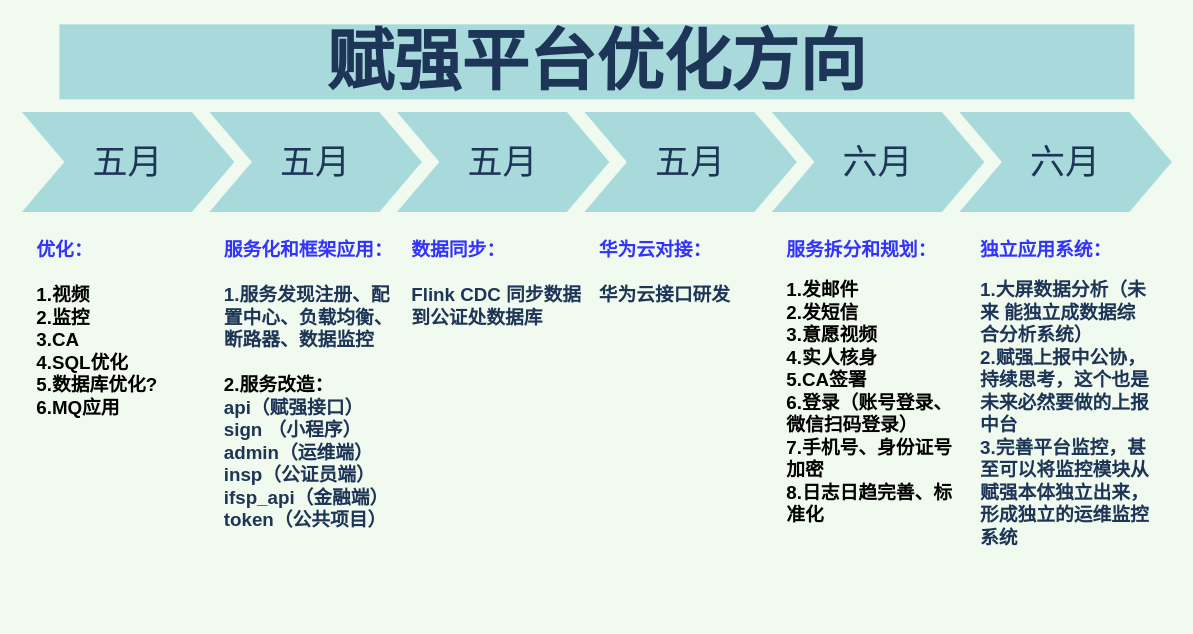
Earlier version of the draw.io diagram page "Page-2" (1 of 2) of 赋强平台优化方案.drawio (wuyongfeng/wuyongfeng). Source tidied: cells renumbered, new cells numbered last; positions are measured from the earlier drawing's top-left corner, leaving out a move shared by most shapes. Both pictures are drawn from the tidied source at 125%, with x=0, y=0 at pixel (21, 24).
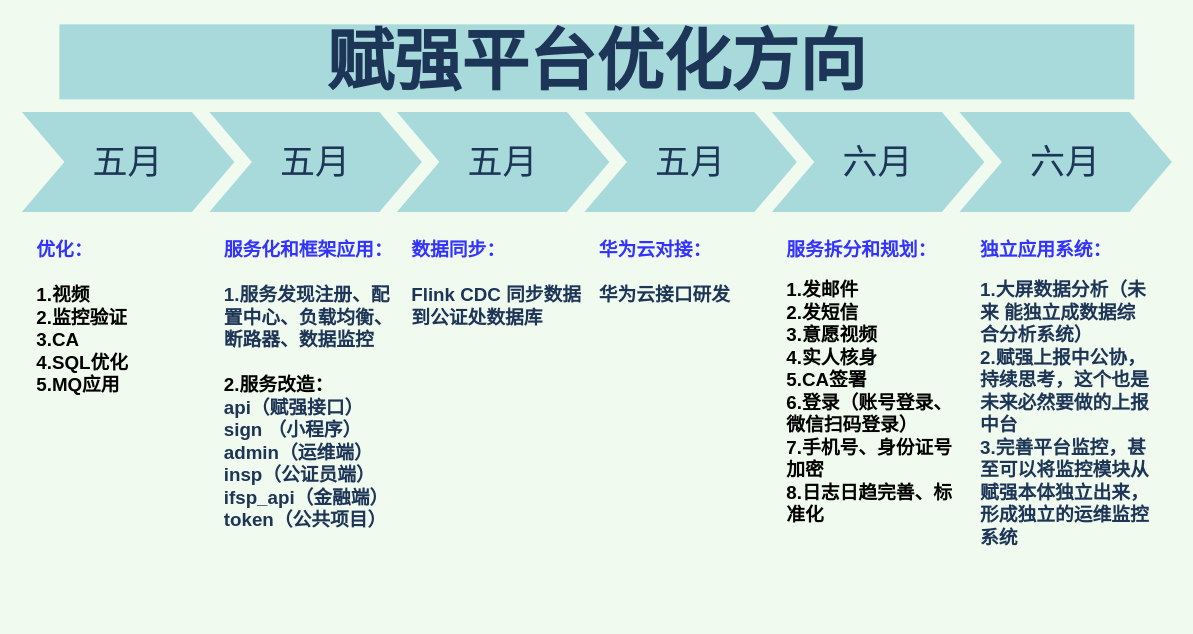
Above is the later version.

Commit message:
Update 赋强平台优化方案.drawio

Change to the diagram source:
```diff
@@
 <mxGraphModel background="#F1FAEE">
   <root>
     <mxCell id="0" />
     <mxCell id="1" parent="0" />
     <mxCell id="2" value="五月" style="shape=step;whiteSpace=wrap;html=1;fontSize=28;fillColor=#A8DADC;fontColor=#1D3557;strokeColor=none;" parent="1" vertex="1">
       <mxGeometry y="70" width="170" height="80" as="geometry" />
     </mxCell>
     <mxCell id="3" value="五月" style="shape=step;whiteSpace=wrap;html=1;fontSize=28;fillColor=#A8DADC;fontColor=#1D3557;strokeColor=none;" parent="1" vertex="1">
       <mxGeometry x="150" y="70" width="170" height="80" as="geometry" />
     </mxCell>
     <mxCell id="4" value="五月" style="shape=step;whiteSpace=wrap;html=1;fontSize=28;fillColor=#A8DADC;fontColor=#1D3557;strokeColor=none;" parent="1" vertex="1">
       <mxGeometry x="300" y="70" width="170" height="80" as="geometry" />
     </mxCell>
     <mxCell id="5" value="五月" style="shape=step;whiteSpace=wrap;html=1;fontSize=28;fillColor=#A8DADC;fontColor=#1D3557;strokeColor=none;" parent="1" vertex="1">
       <mxGeometry x="450" y="70" width="170" height="80" as="geometry" />
     </mxCell>
     <mxCell id="6" value="六月" style="shape=step;whiteSpace=wrap;html=1;fontSize=28;fillColor=#A8DADC;fontColor=#1D3557;strokeColor=none;" parent="1" vertex="1">
       <mxGeometry x="600" y="70" width="170" height="80" as="geometry" />
     </mxCell>
     <mxCell id="7" value="六月" style="shape=step;whiteSpace=wrap;html=1;fontSize=28;fillColor=#A8DADC;fontColor=#1D3557;strokeColor=none;" parent="1" vertex="1">
       <mxGeometry x="750" y="70" width="170" height="80" as="geometry" />
     </mxCell>
     <mxCell id="8" value="赋强平台优化方向" style="text;html=1;strokeColor=none;fillColor=#A8DADC;align=center;verticalAlign=middle;whiteSpace=wrap;fontSize=54;fontStyle=1;fontColor=#1D3557;" parent="1" vertex="1">
       <mxGeometry x="30" width="860" height="60" as="geometry" />
     </mxCell>
-    <mxCell id="9" value="&lt;div style=&quot;font-size: 15px&quot;&gt;&lt;font color=&quot;#3333ff&quot;&gt;优化：&lt;/font&gt;&lt;br&gt;&lt;br&gt;&lt;/div&gt;&lt;div style=&quot;font-size: 15px&quot;&gt;1.视频&lt;/div&gt;&lt;div style=&quot;font-size: 15px&quot;&gt;2.监控&lt;/div&gt;&lt;div style=&quot;font-size: 15px&quot;&gt;3.CA&lt;/div&gt;&lt;div style=&quot;font-size: 15px&quot;&gt;4.SQL优化&lt;/div&gt;&lt;div style=&quot;font-size: 15px&quot;&gt;5.数据库优化?&lt;/div&gt;&lt;div style=&quot;font-size: 15px&quot;&gt;6.MQ应用&lt;/div&gt;" style="text;spacingTop=-5;fillColor=default;whiteSpace=wrap;html=1;align=left;fontSize=15;fontFamily=Helvetica;fillColor=none;strokeColor=none;verticalAlign=top;horizontal=1;labelPosition=center;verticalLabelPosition=middle;fontStyle=1;labelBorderColor=none;" parent="1" vertex="1">
+    <mxCell id="9" value="&lt;div style=&quot;font-size: 15px&quot;&gt;&lt;font color=&quot;#3333ff&quot;&gt;优化：&lt;/font&gt;&lt;br&gt;&lt;br&gt;&lt;/div&gt;&lt;div style=&quot;font-size: 15px&quot;&gt;1.视频&lt;/div&gt;&lt;div style=&quot;font-size: 15px&quot;&gt;2.监控验证&lt;/div&gt;&lt;div style=&quot;font-size: 15px&quot;&gt;3.CA&lt;/div&gt;&lt;div style=&quot;font-size: 15px&quot;&gt;4.SQL优化&lt;/div&gt;&lt;div style=&quot;font-size: 15px&quot;&gt;5.MQ应用&lt;/div&gt;" style="text;spacingTop=-5;fillColor=default;whiteSpace=wrap;html=1;align=left;fontSize=15;fontFamily=Helvetica;fillColor=none;strokeColor=none;verticalAlign=top;horizontal=1;labelPosition=center;verticalLabelPosition=middle;fontStyle=1;labelBorderColor=none;" parent="1" vertex="1">
       <mxGeometry x="10" y="170" width="140" height="230" as="geometry" />
     </mxCell>
     <mxCell id="10" value="&lt;div&gt;&lt;font color=&quot;#3333ff&quot;&gt;服务化和框架应用：&lt;/font&gt;&lt;/div&gt;&lt;div style=&quot;color: rgb(0 , 0 , 0)&quot;&gt;&lt;br&gt;&lt;/div&gt;&lt;div style=&quot;color: rgb(0 , 0 , 0)&quot;&gt;&lt;span style=&quot;color: rgb(29 , 53 , 87)&quot;&gt;1.服务发现注册、配置中心、负载均衡、断路器、数据监控&lt;/span&gt;&lt;br&gt;&lt;/div&gt;&lt;div style=&quot;color: rgb(0 , 0 , 0)&quot;&gt;&lt;br&gt;&lt;/div&gt;&lt;div style=&quot;color: rgb(0 , 0 , 0)&quot;&gt;2.服务改造：&lt;/div&gt;&lt;div&gt;api（赋强接口）&lt;/div&gt;&lt;div&gt;sign （小程序）&lt;/div&gt;&lt;div&gt;admin（运维端）&lt;/div&gt;&lt;div&gt;insp（公证员端）&lt;/div&gt;&lt;div&gt;ifsp_api（金融端）&lt;/div&gt;&lt;span&gt;token（公共项目）&lt;/span&gt;&lt;br&gt;&lt;div style=&quot;color: rgb(0 , 0 , 0)&quot;&gt;&lt;br&gt;&lt;/div&gt;" style="text;spacingTop=-5;fillColor=#ffffff;whiteSpace=wrap;html=1;align=left;fontSize=15;fontFamily=Helvetica;fillColor=none;strokeColor=none;fontColor=#1D3557;fontStyle=1;" parent="1" vertex="1">
       <mxGeometry x="160" y="170" width="140" height="300" as="geometry" />
     </mxCell>
     <mxCell id="11" value="&lt;b style=&quot;font-size: 15px&quot;&gt;&lt;font color=&quot;#3333ff&quot;&gt;数据同步：&lt;/font&gt;&lt;br&gt;&lt;br&gt;Flink CDC 同步数据到公证处数据库&lt;/b&gt;" style="text;spacingTop=-5;fillColor=#ffffff;whiteSpace=wrap;html=1;align=left;fontSize=12;fontFamily=Helvetica;fillColor=none;strokeColor=none;fontColor=#1D3557;" parent="1" vertex="1">
       <mxGeometry x="310" y="170" width="140" height="300" as="geometry" />
     </mxCell>
     <mxCell id="12" value="&lt;b style=&quot;font-size: 15px&quot;&gt;&lt;font color=&quot;#3333ff&quot;&gt;华为云对接：&lt;/font&gt;&lt;br&gt;&lt;br&gt;华为云接口研发&lt;br&gt;&lt;/b&gt;" style="text;spacingTop=-5;fillColor=#ffffff;whiteSpace=wrap;html=1;align=left;fontSize=12;fontFamily=Helvetica;fillColor=none;strokeColor=none;fontColor=#1D3557;" parent="1" vertex="1">
       <mxGeometry x="460" y="170" width="140" height="280" as="geometry" />
     </mxCell>
     <mxCell id="13" value="&lt;span style=&quot;font-size: 15px&quot;&gt;&lt;b&gt;&lt;font color=&quot;#3333ff&quot;&gt;服务拆分和规划：&lt;/font&gt;&lt;/b&gt;&lt;/span&gt;&lt;br&gt;&lt;br&gt;&lt;div&gt;&lt;div style=&quot;font-size: 15px ; font-weight: 700 ; color: rgb(0 , 0 , 0)&quot;&gt;1.发邮件&lt;/div&gt;&lt;div style=&quot;font-size: 15px ; font-weight: 700 ; color: rgb(0 , 0 , 0)&quot;&gt;2.发短信&lt;/div&gt;&lt;div style=&quot;font-size: 15px ; font-weight: 700 ; color: rgb(0 , 0 , 0)&quot;&gt;3.意愿视频&lt;/div&gt;&lt;div style=&quot;font-size: 15px ; font-weight: 700 ; color: rgb(0 , 0 , 0)&quot;&gt;4.实人核身&lt;/div&gt;&lt;div style=&quot;font-size: 15px ; font-weight: 700 ; color: rgb(0 , 0 , 0)&quot;&gt;5.CA签署&lt;/div&gt;&lt;div style=&quot;font-size: 15px ; font-weight: 700 ; color: rgb(0 , 0 , 0)&quot;&gt;6.登录（账号登录、微信扫码登录）&lt;/div&gt;&lt;div style=&quot;font-size: 15px ; font-weight: 700 ; color: rgb(0 , 0 , 0)&quot;&gt;7.手机号、身份证号加密&lt;/div&gt;&lt;div style=&quot;font-size: 15px ; font-weight: 700 ; color: rgb(0 , 0 , 0)&quot;&gt;8.日志日趋完善、标准化&lt;/div&gt;&lt;/div&gt;" style="text;spacingTop=-5;fillColor=#ffffff;whiteSpace=wrap;html=1;align=left;fontSize=12;fontFamily=Helvetica;fillColor=none;strokeColor=none;fontColor=#1D3557;" parent="1" vertex="1">
       <mxGeometry x="610" y="170" width="140" height="230" as="geometry" />
     </mxCell>
     <mxCell id="14" value="&lt;span style=&quot;font-size: 15px&quot;&gt;&lt;b&gt;&lt;font color=&quot;#3333ff&quot;&gt;独立应用系统：&lt;/font&gt;&lt;/b&gt;&lt;/span&gt;&lt;br&gt;&lt;br&gt;&lt;div&gt;&lt;span style=&quot;font-size: 15px&quot;&gt;&lt;b&gt;1.大屏数据分析（未来 能独立成数据综合分析系统）&lt;/b&gt;&lt;/span&gt;&lt;/div&gt;&lt;div&gt;&lt;span style=&quot;font-size: 15px&quot;&gt;&lt;b&gt;2.赋强上报中公协，持续思考，这个也是未来必然要做的上报中台&lt;/b&gt;&lt;/span&gt;&lt;/div&gt;&lt;span style=&quot;font-size: 15px&quot;&gt;&lt;b&gt;3.完善平台监控，甚至可以将监控模块从赋强本体独立出来，形成独立的运维监控系统&lt;/b&gt;&lt;/span&gt;" style="text;spacingTop=-5;fillColor=#ffffff;whiteSpace=wrap;html=1;align=left;fontSize=12;fontFamily=Helvetica;fillColor=none;strokeColor=none;fontColor=#1D3557;" parent="1" vertex="1">
       <mxGeometry x="765" y="170" width="140" height="220" as="geometry" />
     </mxCell>
   </root>
 </mxGraphModel>
```
